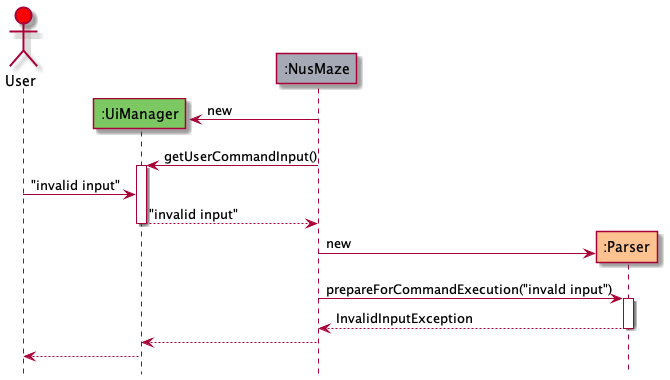
Before: docs/images/Parsersequencediagram.png, a diagram exported from PlantUML (nus-cs2113-AY2021S2/tp). Its diagram source:
```plantuml
@startuml
!include Style.puml

actor User as user #red
participant ":UiManager" as ui UIMANAGER_COLOR
participant ":NusMaze" as nusMaze NUSMAZE_COLOR
participant ":Parser" as parser PARSER_COLOR

create ui
nusMaze -> ui : new
nusMaze -> ui ++ : getUserCommandInput()
user -> ui : "invalid input"
return "invalid input"

create parser
nusMaze -> parser : new
nusMaze -> parser ++ : prepareForCommandExecution("invald input")
return InvalidInputException

nusMaze --> ui
ui --> user

Hide footbox
@enduml
```
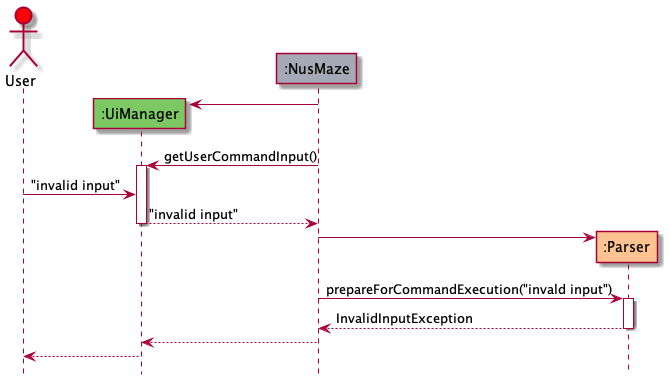
Later version of the same file.

What changed in the source:
```diff
@@ -7,13 +7,13 @@
 participant ":Parser" as parser PARSER_COLOR
 
 create ui
-nusMaze -> ui : new
+nusMaze -> ui
 nusMaze -> ui ++ : getUserCommandInput()
 user -> ui : "invalid input"
 return "invalid input"
 
 create parser
-nusMaze -> parser : new
+nusMaze -> parser
 nusMaze -> parser ++ : prepareForCommandExecution("invald input")
 return InvalidInputException
 
```
